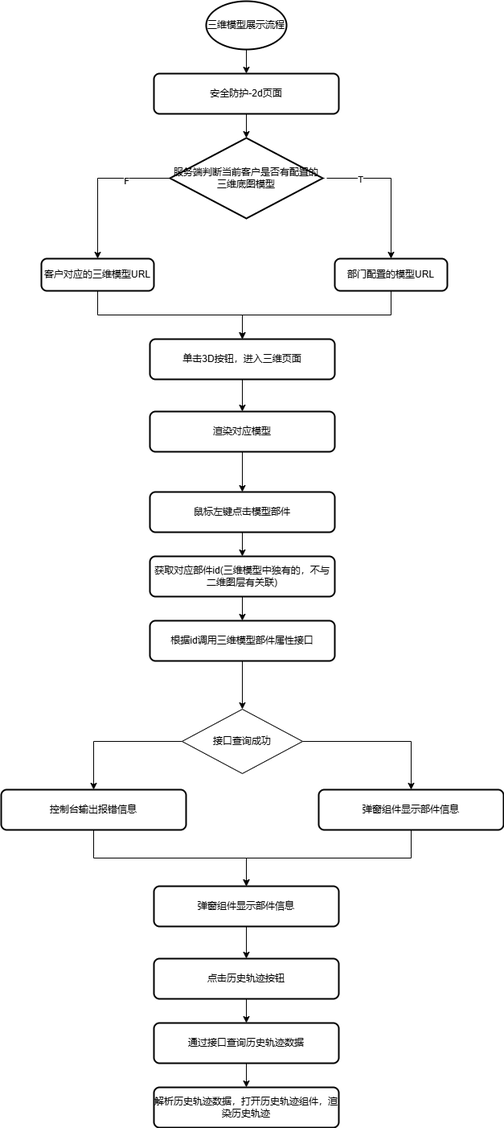
The draw.io diagram 铁路6.35三维模块流程图.drawio.png in GISTWJ/drawIo, before a commit. Source tidied: cells renumbered, new cells last; positions are measured from the earlier drawing's top-left corner, leaving out a move shared by most shapes.
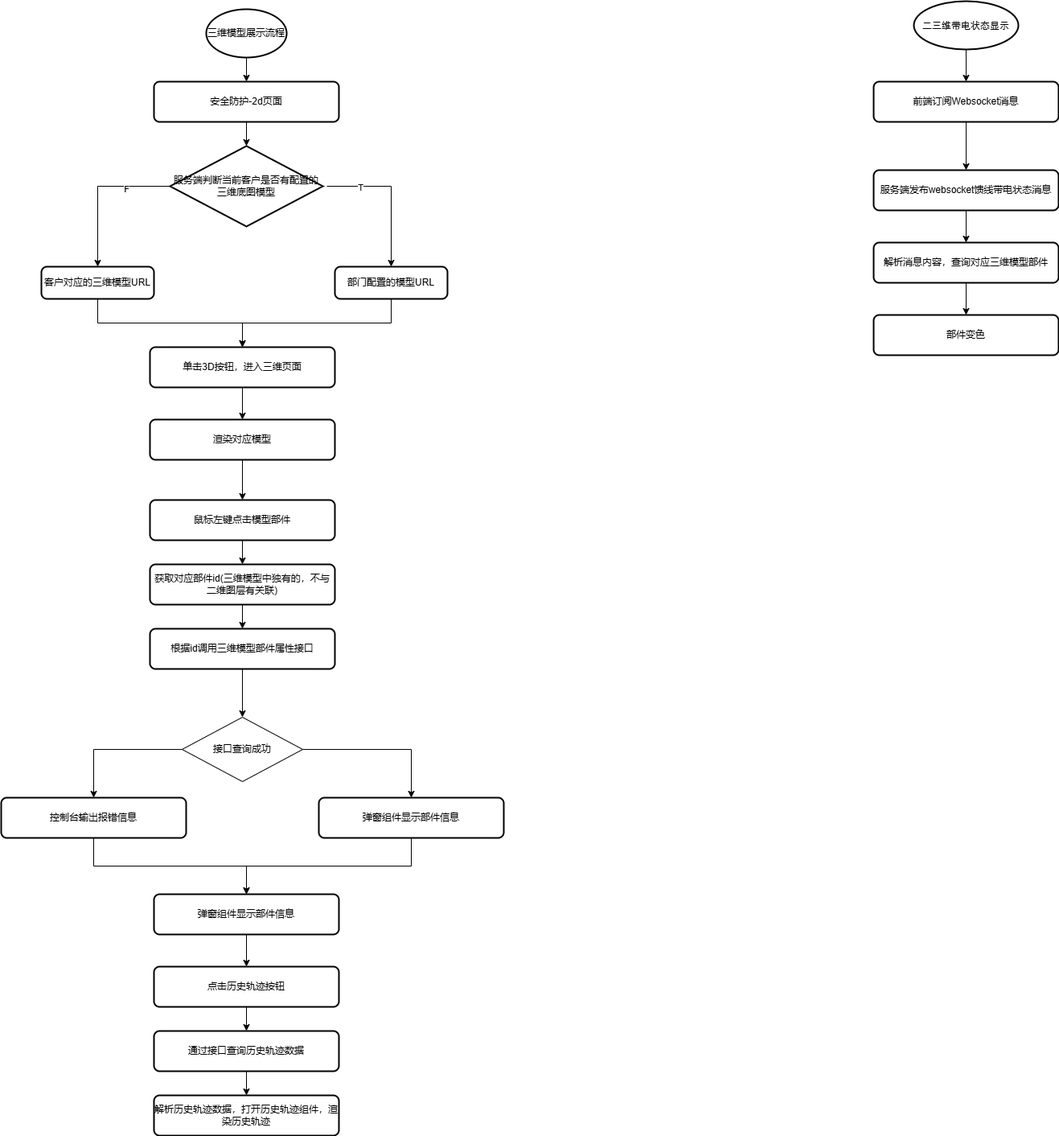
Later version of the same file.

Commit message:
更新铁路6.35三维模块流程图.drawio.png

Diff of the diagram source:
```diff
@@ -122,5 +122,35 @@
     <mxCell id="38" value="解析历史轨迹数据，打开历史轨迹组件，渲染历史轨迹" style="rounded=1;whiteSpace=wrap;html=1;absoluteArcSize=1;arcSize=14;strokeWidth=2;" parent="1" vertex="1">
       <mxGeometry x="190" y="1350" width="230" height="50" as="geometry" />
     </mxCell>
+    <mxCell id="39" value="&lt;div&gt;&lt;/div&gt;&lt;div class=&quot;document&quot;&gt;&lt;div class=&quot;section&quot;&gt;&lt;h3 class=&quot;paragraph text-align-type-justify tco-title-heading 3&quot; style=&quot;text-align:justify;margin-top:0pt;margin-bottom:0pt;text-indent:-36pt;margin-left:36pt&quot;&gt;&lt;br&gt;&lt;/h3&gt;&lt;/div&gt;&lt;/div&gt;" style="text;whiteSpace=wrap;html=1;" parent="1" vertex="1">
+      <mxGeometry x="645" y="40" width="210" height="50" as="geometry" />
+    </mxCell>
+    <mxCell id="40" style="edgeStyle=orthogonalEdgeStyle;rounded=0;jettySize=auto;html=1;exitX=0.5;exitY=1;exitDx=0;exitDy=0;exitPerimeter=0;" parent="1" edge="1" source="41" target="45">
+      <mxGeometry relative="1" as="geometry" />
+    </mxCell>
+    <mxCell id="41" value="&lt;h3 style=&quot;text-align: justify; margin-top: 0pt; margin-bottom: 0pt; text-indent: -36pt; margin-left: 36pt;&quot; class=&quot;paragraph text-align-type-justify tco-title-heading 3&quot;&gt;&lt;span style=&quot;font-family: 黑体; letter-spacing: 0pt; vertical-align: baseline; font-weight: normal;&quot;&gt;&lt;font style=&quot;font-size: 12px;&quot;&gt;二三维带电状态显示&lt;/font&gt;&lt;/span&gt;&lt;/h3&gt;" style="strokeWidth=2;html=1;shape=mxgraph.flowchart.start_1;whiteSpace=wrap;" parent="1" vertex="1">
+      <mxGeometry x="1135" y="-10" width="130" height="60" as="geometry" />
+    </mxCell>
+    <mxCell id="42" style="edgeStyle=orthogonalEdgeStyle;rounded=0;jettySize=auto;html=1;exitX=0.5;exitY=1;exitDx=0;exitDy=0;entryX=0.5;entryY=0;entryDx=0;entryDy=0;" parent="1" edge="1" source="43" target="47">
+      <mxGeometry relative="1" as="geometry" />
+    </mxCell>
+    <mxCell id="43" value="服务端发布websocket馈线带电状态消息" style="rounded=1;whiteSpace=wrap;html=1;absoluteArcSize=1;arcSize=14;strokeWidth=2;" parent="1" vertex="1">
+      <mxGeometry x="1085" y="200" width="230" height="50" as="geometry" />
+    </mxCell>
+    <mxCell id="44" style="edgeStyle=orthogonalEdgeStyle;rounded=0;jettySize=auto;html=1;exitX=0.5;exitY=1;exitDx=0;exitDy=0;entryX=0.5;entryY=0;entryDx=0;entryDy=0;" parent="1" edge="1" source="45" target="43">
+      <mxGeometry relative="1" as="geometry" />
+    </mxCell>
+    <mxCell id="45" value="前端订阅Websocket消息" style="rounded=1;whiteSpace=wrap;html=1;absoluteArcSize=1;arcSize=14;strokeWidth=2;" parent="1" vertex="1">
+      <mxGeometry x="1085" y="90" width="230" height="50" as="geometry" />
+    </mxCell>
+    <mxCell id="46" style="edgeStyle=orthogonalEdgeStyle;rounded=0;jettySize=auto;html=1;exitX=0.5;exitY=1;exitDx=0;exitDy=0;" parent="1" edge="1" source="47" target="48">
+      <mxGeometry relative="1" as="geometry" />
+    </mxCell>
+    <mxCell id="47" value="解析消息内容，查询对应三维模型部件" style="rounded=1;whiteSpace=wrap;html=1;absoluteArcSize=1;arcSize=14;strokeWidth=2;" parent="1" vertex="1">
+      <mxGeometry x="1085" y="290" width="230" height="50" as="geometry" />
+    </mxCell>
+    <mxCell id="48" value="部件变色" style="rounded=1;whiteSpace=wrap;html=1;absoluteArcSize=1;arcSize=14;strokeWidth=2;" parent="1" vertex="1">
+      <mxGeometry x="1085" y="380" width="230" height="50" as="geometry" />
+    </mxCell>
   </root>
 </mxGraphModel>
```
